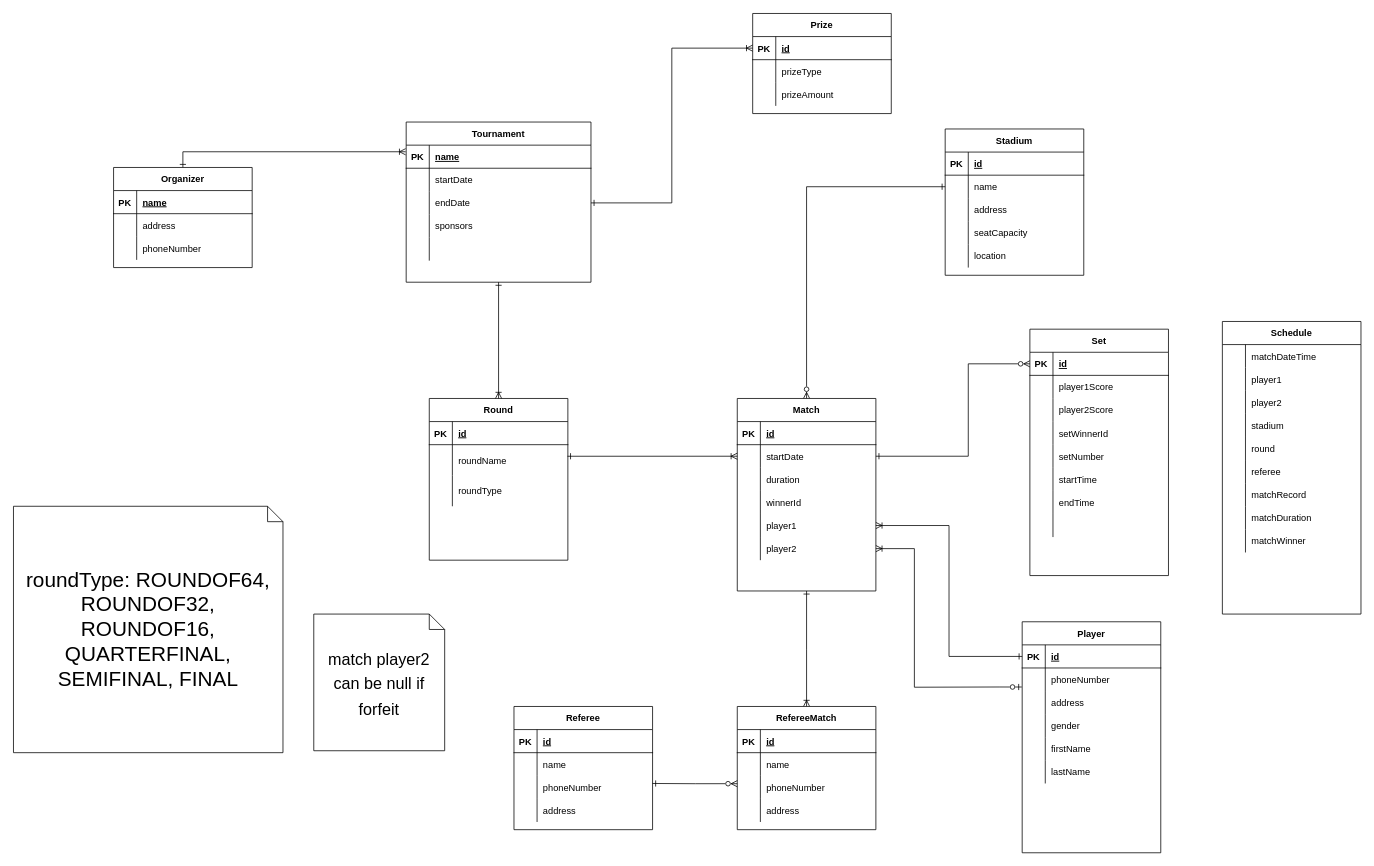
TongVu/tennisGame keeps this draw.io diagram as page "Page-1" (1 of 2) of tennis.drawio. Above is the earlier version. Source tidied: cells renumbered, new cells numbered last; positions are measured from the earlier drawing's top-left corner, leaving out a move shared by most shapes. Both pictures are drawn from the tidied source at 77%, with x=0, y=0 at pixel (13, 13).
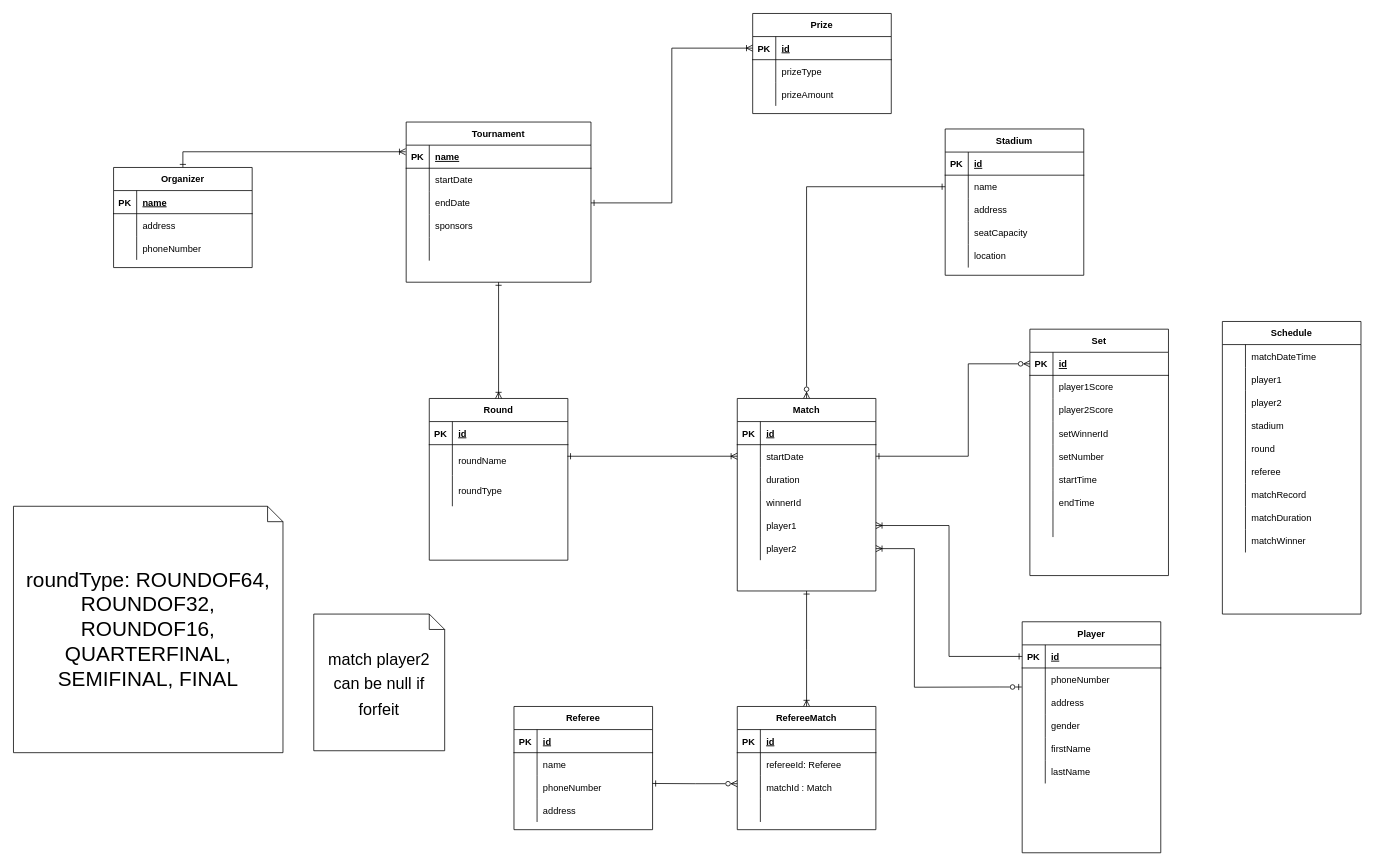
After the change.

Commit message (it also covers changes not shown here):
initalize springboot

The change refers to these unchanged cells:
```xml
<mxCell id="183" style="shape=tableRow;horizontal=0;startSize=0;swimlaneHead=0;swimlaneBody=0;fillColor=none;top=0;left=0;right=0;bottom=0;" parent="179" vertex="1">
  <mxGeometry y="60" width="180" height="30" as="geometry" />
</mxCell>
<mxCell id="186" style="shape=tableRow;horizontal=0;startSize=0;swimlaneHead=0;swimlaneBody=0;fillColor=none;points=[[0,0.5],[1,0.5]];portConstraint=eastwest;top=0;left=0;right=0;bottom=0;" parent="179" vertex="1">
  <mxGeometry y="90" width="180" height="30" as="geometry" />
</mxCell>
<mxCell id="189" style="shape=tableRow;horizontal=0;startSize=0;swimlaneHead=0;swimlaneBody=0;fillColor=none;top=0;left=0;right=0;bottom=0;" parent="179" vertex="1">
  <mxGeometry y="120" width="180" height="30" as="geometry" />
</mxCell>
```

Diff of the diagram source:
```diff
@@
-    <mxCell id="185" value="name" style="shape=partialRectangle;fillColor=none;top=0;left=0;bottom=0;right=0;align=left;spacingLeft=6;overflow=hidden;" parent="183" vertex="1">
+    <mxCell id="185" value="refereeId: Referee" style="shape=partialRectangle;fillColor=none;top=0;left=0;bottom=0;right=0;align=left;spacingLeft=6;overflow=hidden;" parent="183" vertex="1">
       <mxGeometry x="30" width="150" height="30" as="geometry" />
     </mxCell>
@@
-    <mxCell id="188" value="phoneNumber" style="shape=partialRectangle;fillColor=none;top=0;left=0;bottom=0;right=0;align=left;spacingLeft=6;overflow=hidden;" parent="186" vertex="1">
+    <mxCell id="188" value="matchId : Match" style="shape=partialRectangle;fillColor=none;top=0;left=0;bottom=0;right=0;align=left;spacingLeft=6;overflow=hidden;" parent="186" vertex="1">
       <mxGeometry x="30" width="150" height="30" as="geometry" />
     </mxCell>
@@
-    <mxCell id="191" value="address" style="shape=partialRectangle;fillColor=none;top=0;left=0;bottom=0;right=0;align=left;spacingLeft=6;overflow=hidden;" parent="189" vertex="1">
+    <mxCell id="191" style="shape=partialRectangle;fillColor=none;top=0;left=0;bottom=0;right=0;align=left;spacingLeft=6;overflow=hidden;" parent="189" vertex="1">
       <mxGeometry x="30" width="150" height="30" as="geometry" />
     </mxCell>
```
